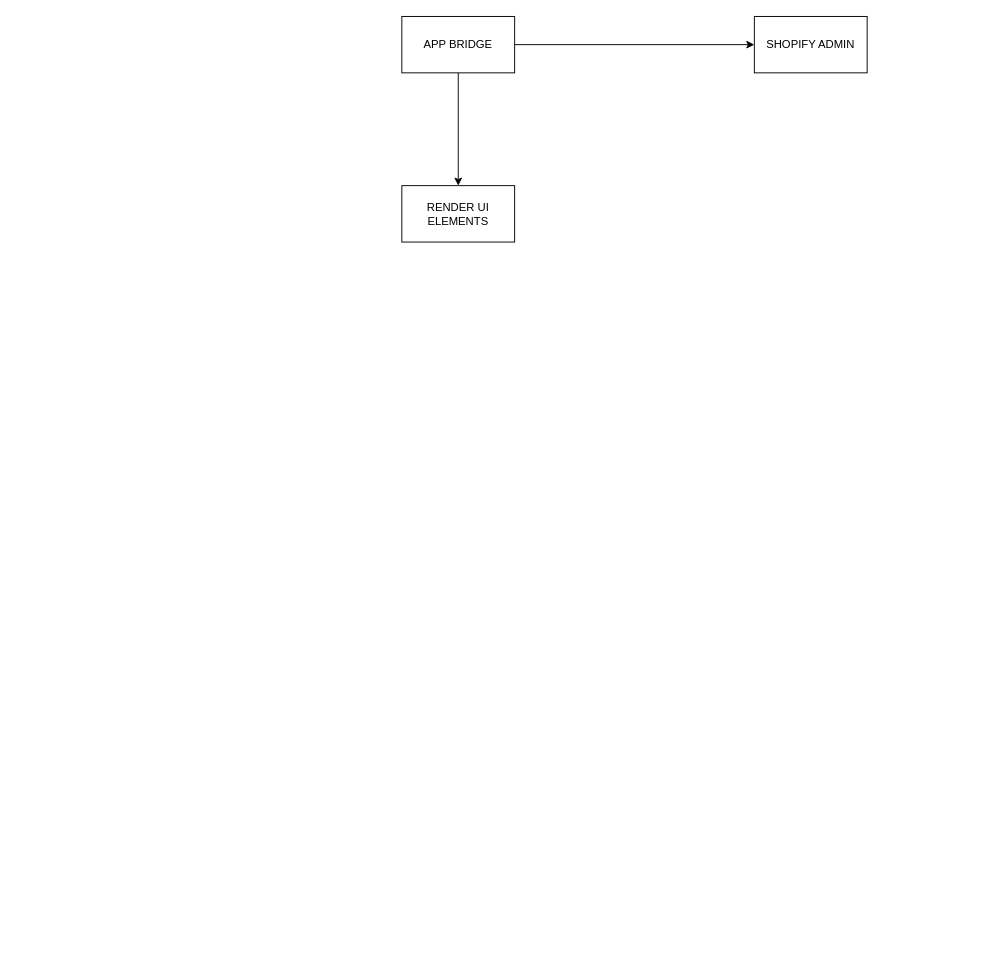
The draw.io diagram kmcc/Untitled Diagram.drawio in genmancoder/systems-diagrams, before the edit. Source tidied: cells renumbered, new cells numbered last; positions are measured from the earlier drawing's top-left corner, leaving out a move shared by most shapes. Both pictures are drawn from the tidied source at 94%, with x=0, y=0 at pixel (401, 16).
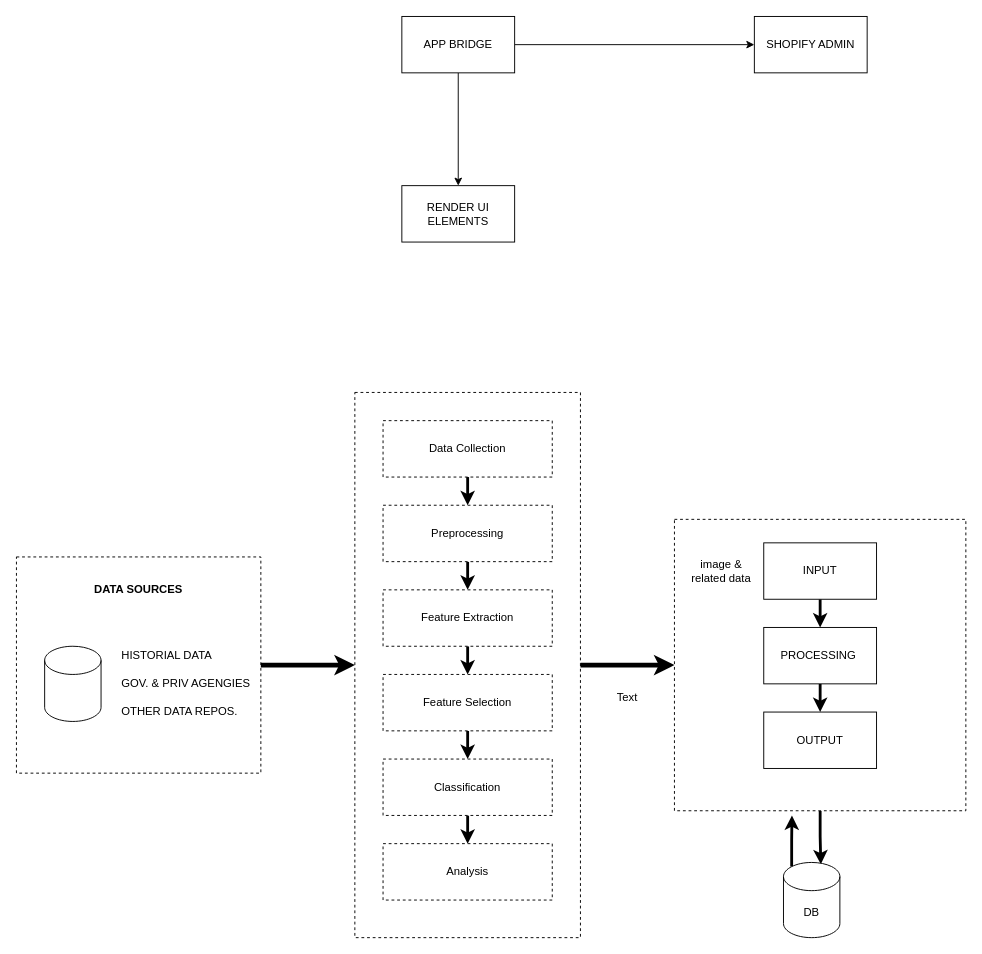
The same diagram, later.

Diff of the diagram source:
```diff
@@
+    <mxCell id="7" style="edgeStyle=orthogonalEdgeStyle;rounded=0;jettySize=auto;html=1;exitX=1;exitY=0.5;exitDx=0;exitDy=0;strokeWidth=5;" parent="1" edge="1" source="8" target="10">
+      <mxGeometry relative="1" as="geometry" />
+    </mxCell>
+    <mxCell id="8" style="rounded=0;whiteSpace=wrap;html=1;dashed=1;fillColor=none;" parent="1" vertex="1">
+      <mxGeometry x="-50" y="400" width="240" height="580" as="geometry" />
+    </mxCell>
@@
+    <mxCell id="9" style="edgeStyle=orthogonalEdgeStyle;rounded=0;jettySize=auto;html=1;entryX=0.662;entryY=0.025;entryDx=0;entryDy=0;entryPerimeter=0;strokeWidth=3;" parent="1" edge="1" source="10" target="32">
+      <mxGeometry relative="1" as="geometry" />
+    </mxCell>
+    <mxCell id="10" style="whiteSpace=wrap;html=1;dashed=1;" parent="1" vertex="1">
+      <mxGeometry x="290" y="535" width="310" height="310" as="geometry" />
+    </mxCell>
+    <mxCell id="11" style="edgeStyle=orthogonalEdgeStyle;rounded=0;jettySize=auto;html=1;strokeWidth=3;" parent="1" edge="1" source="12" target="14">
+      <mxGeometry relative="1" as="geometry" />
+    </mxCell>
+    <mxCell id="12" value="Data Collection" style="rounded=0;whiteSpace=wrap;html=1;dashed=1;" parent="1" vertex="1">
+      <mxGeometry x="-20" y="430" width="180" height="60" as="geometry" />
+    </mxCell>
+    <mxCell id="13" style="edgeStyle=orthogonalEdgeStyle;rounded=0;jettySize=auto;html=1;exitX=0.5;exitY=1;exitDx=0;exitDy=0;strokeWidth=3;" parent="1" edge="1" source="14" target="16">
+      <mxGeometry relative="1" as="geometry" />
+    </mxCell>
+    <mxCell id="14" value="Preprocessing" style="rounded=0;whiteSpace=wrap;html=1;dashed=1;" parent="1" vertex="1">
+      <mxGeometry x="-20" y="520" width="180" height="60" as="geometry" />
+    </mxCell>
+    <mxCell id="15" style="edgeStyle=orthogonalEdgeStyle;rounded=0;jettySize=auto;html=1;exitX=0.5;exitY=1;exitDx=0;exitDy=0;strokeWidth=3;" parent="1" edge="1" source="16" target="18">
+      <mxGeometry relative="1" as="geometry" />
+    </mxCell>
+    <mxCell id="16" value="Feature Extraction" style="rounded=0;whiteSpace=wrap;html=1;dashed=1;" parent="1" vertex="1">
+      <mxGeometry x="-20" y="610" width="180" height="60" as="geometry" />
+    </mxCell>
+    <mxCell id="17" style="edgeStyle=orthogonalEdgeStyle;rounded=0;jettySize=auto;html=1;exitX=0.5;exitY=1;exitDx=0;exitDy=0;entryX=0.5;entryY=0;entryDx=0;entryDy=0;strokeWidth=3;" parent="1" edge="1" source="18" target="20">
+      <mxGeometry relative="1" as="geometry" />
+    </mxCell>
+    <mxCell id="18" value="Feature Selection" style="rounded=0;whiteSpace=wrap;html=1;dashed=1;" parent="1" vertex="1">
+      <mxGeometry x="-20" y="700" width="180" height="60" as="geometry" />
+    </mxCell>
+    <mxCell id="19" style="edgeStyle=orthogonalEdgeStyle;rounded=0;jettySize=auto;html=1;exitX=0.5;exitY=1;exitDx=0;exitDy=0;entryX=0.5;entryY=0;entryDx=0;entryDy=0;strokeWidth=3;" parent="1" edge="1" source="20" target="21">
+      <mxGeometry relative="1" as="geometry" />
+    </mxCell>
+    <mxCell id="20" value="Classification" style="rounded=0;whiteSpace=wrap;html=1;dashed=1;" parent="1" vertex="1">
+      <mxGeometry x="-20" y="790" width="180" height="60" as="geometry" />
+    </mxCell>
+    <mxCell id="21" value="Analysis" style="rounded=0;whiteSpace=wrap;html=1;dashed=1;" parent="1" vertex="1">
+      <mxGeometry x="-20" y="880" width="180" height="60" as="geometry" />
+    </mxCell>
+    <mxCell id="22" style="group;" parent="1" vertex="1">
+      <mxGeometry x="-410" y="575" width="260" height="230" as="geometry" />
+    </mxCell>
+    <mxCell id="23" style="rounded=0;whiteSpace=wrap;html=1;dashed=1;fillColor=default;" parent="22" vertex="1">
+      <mxGeometry width="260" height="230" as="geometry" />
+    </mxCell>
+    <mxCell id="24" value="DATA SOURCES" style="text;html=1;strokeColor=none;fillColor=none;align=center;verticalAlign=middle;whiteSpace=wrap;rounded=0;dashed=1;fontStyle=1;" parent="22" vertex="1">
+      <mxGeometry x="75" y="20" width="110" height="30" as="geometry" />
+    </mxCell>
+    <mxCell id="25" style="shape=cylinder3;whiteSpace=wrap;html=1;boundedLbl=1;backgroundOutline=1;size=15;fillColor=default;" parent="22" vertex="1">
+      <mxGeometry x="30" y="95" width="60" height="80" as="geometry" />
+    </mxCell>
+    <mxCell id="26" value="HISTORIAL DATA" style="text;html=1;strokeColor=none;fillColor=none;align=left;verticalAlign=middle;whiteSpace=wrap;rounded=0;dashed=1;fontStyle=0;" parent="22" vertex="1">
+      <mxGeometry x="110" y="90" width="110" height="30" as="geometry" />
+    </mxCell>
+    <mxCell id="27" value="GOV. &amp;amp; PRIV AGENGIES" style="text;html=1;strokeColor=none;fillColor=none;align=left;verticalAlign=middle;whiteSpace=wrap;rounded=0;dashed=1;fontStyle=0;" parent="22" vertex="1">
+      <mxGeometry x="110" y="120" width="140" height="30" as="geometry" />
+    </mxCell>
+    <mxCell id="28" value="OTHER DATA REPOS." style="text;html=1;strokeColor=none;fillColor=none;align=left;verticalAlign=middle;whiteSpace=wrap;rounded=0;dashed=1;fontStyle=0;" parent="22" vertex="1">
+      <mxGeometry x="110" y="150" width="140" height="30" as="geometry" />
+    </mxCell>
+    <mxCell id="29" style="edgeStyle=orthogonalEdgeStyle;rounded=0;jettySize=auto;html=1;exitX=1;exitY=0.5;exitDx=0;exitDy=0;entryX=0;entryY=0.5;entryDx=0;entryDy=0;strokeWidth=5;" parent="1" edge="1" source="23" target="8">
+      <mxGeometry relative="1" as="geometry" />
+    </mxCell>
+    <mxCell id="30" value="Text" style="text;html=1;strokeColor=none;fillColor=none;align=center;verticalAlign=middle;whiteSpace=wrap;rounded=0;" parent="1" vertex="1">
+      <mxGeometry x="210" y="710" width="60" height="30" as="geometry" />
+    </mxCell>
+    <mxCell id="31" style="edgeStyle=orthogonalEdgeStyle;rounded=0;jettySize=auto;html=1;exitX=0.145;exitY=0;exitDx=0;exitDy=4.35;exitPerimeter=0;strokeWidth=3;" parent="1" edge="1" source="32">
+      <mxGeometry relative="1" as="geometry">
+        <mxPoint x="415" y="850" as="targetPoint" />
+      </mxGeometry>
+    </mxCell>
+    <mxCell id="32" value="DB" style="shape=cylinder3;whiteSpace=wrap;html=1;boundedLbl=1;backgroundOutline=1;size=15;fillColor=default;" parent="1" vertex="1">
+      <mxGeometry x="406" y="900" width="60" height="80" as="geometry" />
+    </mxCell>
+    <mxCell id="33" style="edgeStyle=orthogonalEdgeStyle;rounded=0;jettySize=auto;html=1;exitX=0.5;exitY=1;exitDx=0;exitDy=0;entryX=0.5;entryY=0;entryDx=0;entryDy=0;strokeWidth=3;" parent="1" edge="1" source="34" target="36">
+      <mxGeometry relative="1" as="geometry" />
+    </mxCell>
+    <mxCell id="34" value="INPUT" style="rounded=0;whiteSpace=wrap;html=1;fillColor=default;" parent="1" vertex="1">
+      <mxGeometry x="385" y="560" width="120" height="60" as="geometry" />
+    </mxCell>
+    <mxCell id="35" style="edgeStyle=orthogonalEdgeStyle;rounded=0;jettySize=auto;html=1;entryX=0.5;entryY=0;entryDx=0;entryDy=0;strokeWidth=3;" parent="1" edge="1" source="36" target="37">
+      <mxGeometry relative="1" as="geometry" />
+    </mxCell>
+    <mxCell id="36" value="PROCESSING&amp;nbsp;" style="rounded=0;whiteSpace=wrap;html=1;fillColor=default;" parent="1" vertex="1">
+      <mxGeometry x="385" y="650" width="120" height="60" as="geometry" />
+    </mxCell>
+    <mxCell id="37" value="OUTPUT" style="rounded=0;whiteSpace=wrap;html=1;fillColor=default;" parent="1" vertex="1">
+      <mxGeometry x="385" y="740" width="120" height="60" as="geometry" />
+    </mxCell>
+    <mxCell id="38" value="image &amp;amp; related data" style="text;html=1;strokeColor=none;fillColor=none;align=center;verticalAlign=middle;whiteSpace=wrap;rounded=0;" parent="1" vertex="1">
+      <mxGeometry x="305" y="575" width="70" height="30" as="geometry" />
+    </mxCell>
```
